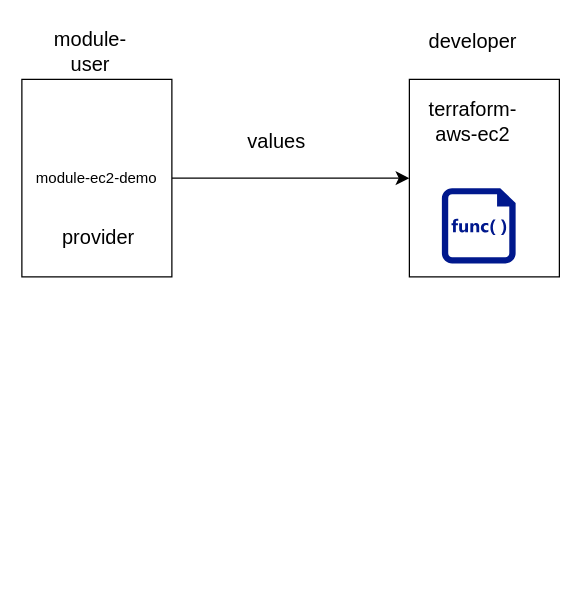
Raidi13/diagrams keeps this draw.io diagram as module ec2.drawio. Above is the earlier version. Source tidied: cells renumbered, new cells numbered last; positions are measured from the earlier drawing's top-left corner, leaving out a move shared by most shapes. Both pictures are drawn from the tidied source at 125%, with x=0, y=0 at pixel (21, 21).
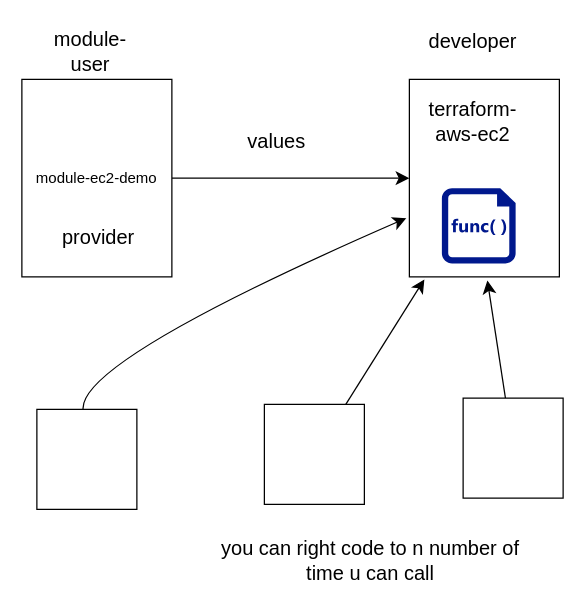
After the change.

The edit, as a diff of the source:
```diff
@@
+    <mxCell id="11" style="edgeStyle=none;curved=1;rounded=0;jettySize=auto;html=1;fontSize=12;startSize=8;endSize=8;" parent="1" edge="1" source="12">
+      <mxGeometry relative="1" as="geometry">
+        <mxPoint x="307.6" y="157" as="targetPoint" />
+        <Array as="points">
+          <mxPoint x="46" y="271" />
+        </Array>
+      </mxGeometry>
+    </mxCell>
+    <mxCell id="12" style="whiteSpace=wrap;html=1;" parent="1" vertex="1">
+      <mxGeometry x="12" y="310" width="80" height="80" as="geometry" />
+    </mxCell>
+    <mxCell id="13" style="edgeStyle=none;curved=1;rounded=0;jettySize=auto;html=1;fontSize=12;startSize=8;endSize=8;" parent="1" edge="1" source="14">
+      <mxGeometry relative="1" as="geometry">
+        <mxPoint x="322" y="206" as="targetPoint" />
+      </mxGeometry>
+    </mxCell>
+    <mxCell id="14" style="whiteSpace=wrap;html=1;" parent="1" vertex="1">
+      <mxGeometry x="194" y="306" width="80" height="80" as="geometry" />
+    </mxCell>
+    <mxCell id="15" style="edgeStyle=none;curved=1;rounded=0;jettySize=auto;html=1;fontSize=12;startSize=8;endSize=8;" parent="1" edge="1" source="16">
+      <mxGeometry relative="1" as="geometry">
+        <mxPoint x="372.4" y="206.8" as="targetPoint" />
+      </mxGeometry>
+    </mxCell>
+    <mxCell id="16" style="whiteSpace=wrap;html=1;" parent="1" vertex="1">
+      <mxGeometry x="353" y="301" width="80" height="80" as="geometry" />
+    </mxCell>
+    <mxCell id="17" value="you can right code to n number of time u can call" style="text;html=1;align=center;verticalAlign=middle;whiteSpace=wrap;rounded=0;fontSize=16;" parent="1" vertex="1">
+      <mxGeometry x="156" y="416" width="246" height="30" as="geometry" />
+    </mxCell>
```
